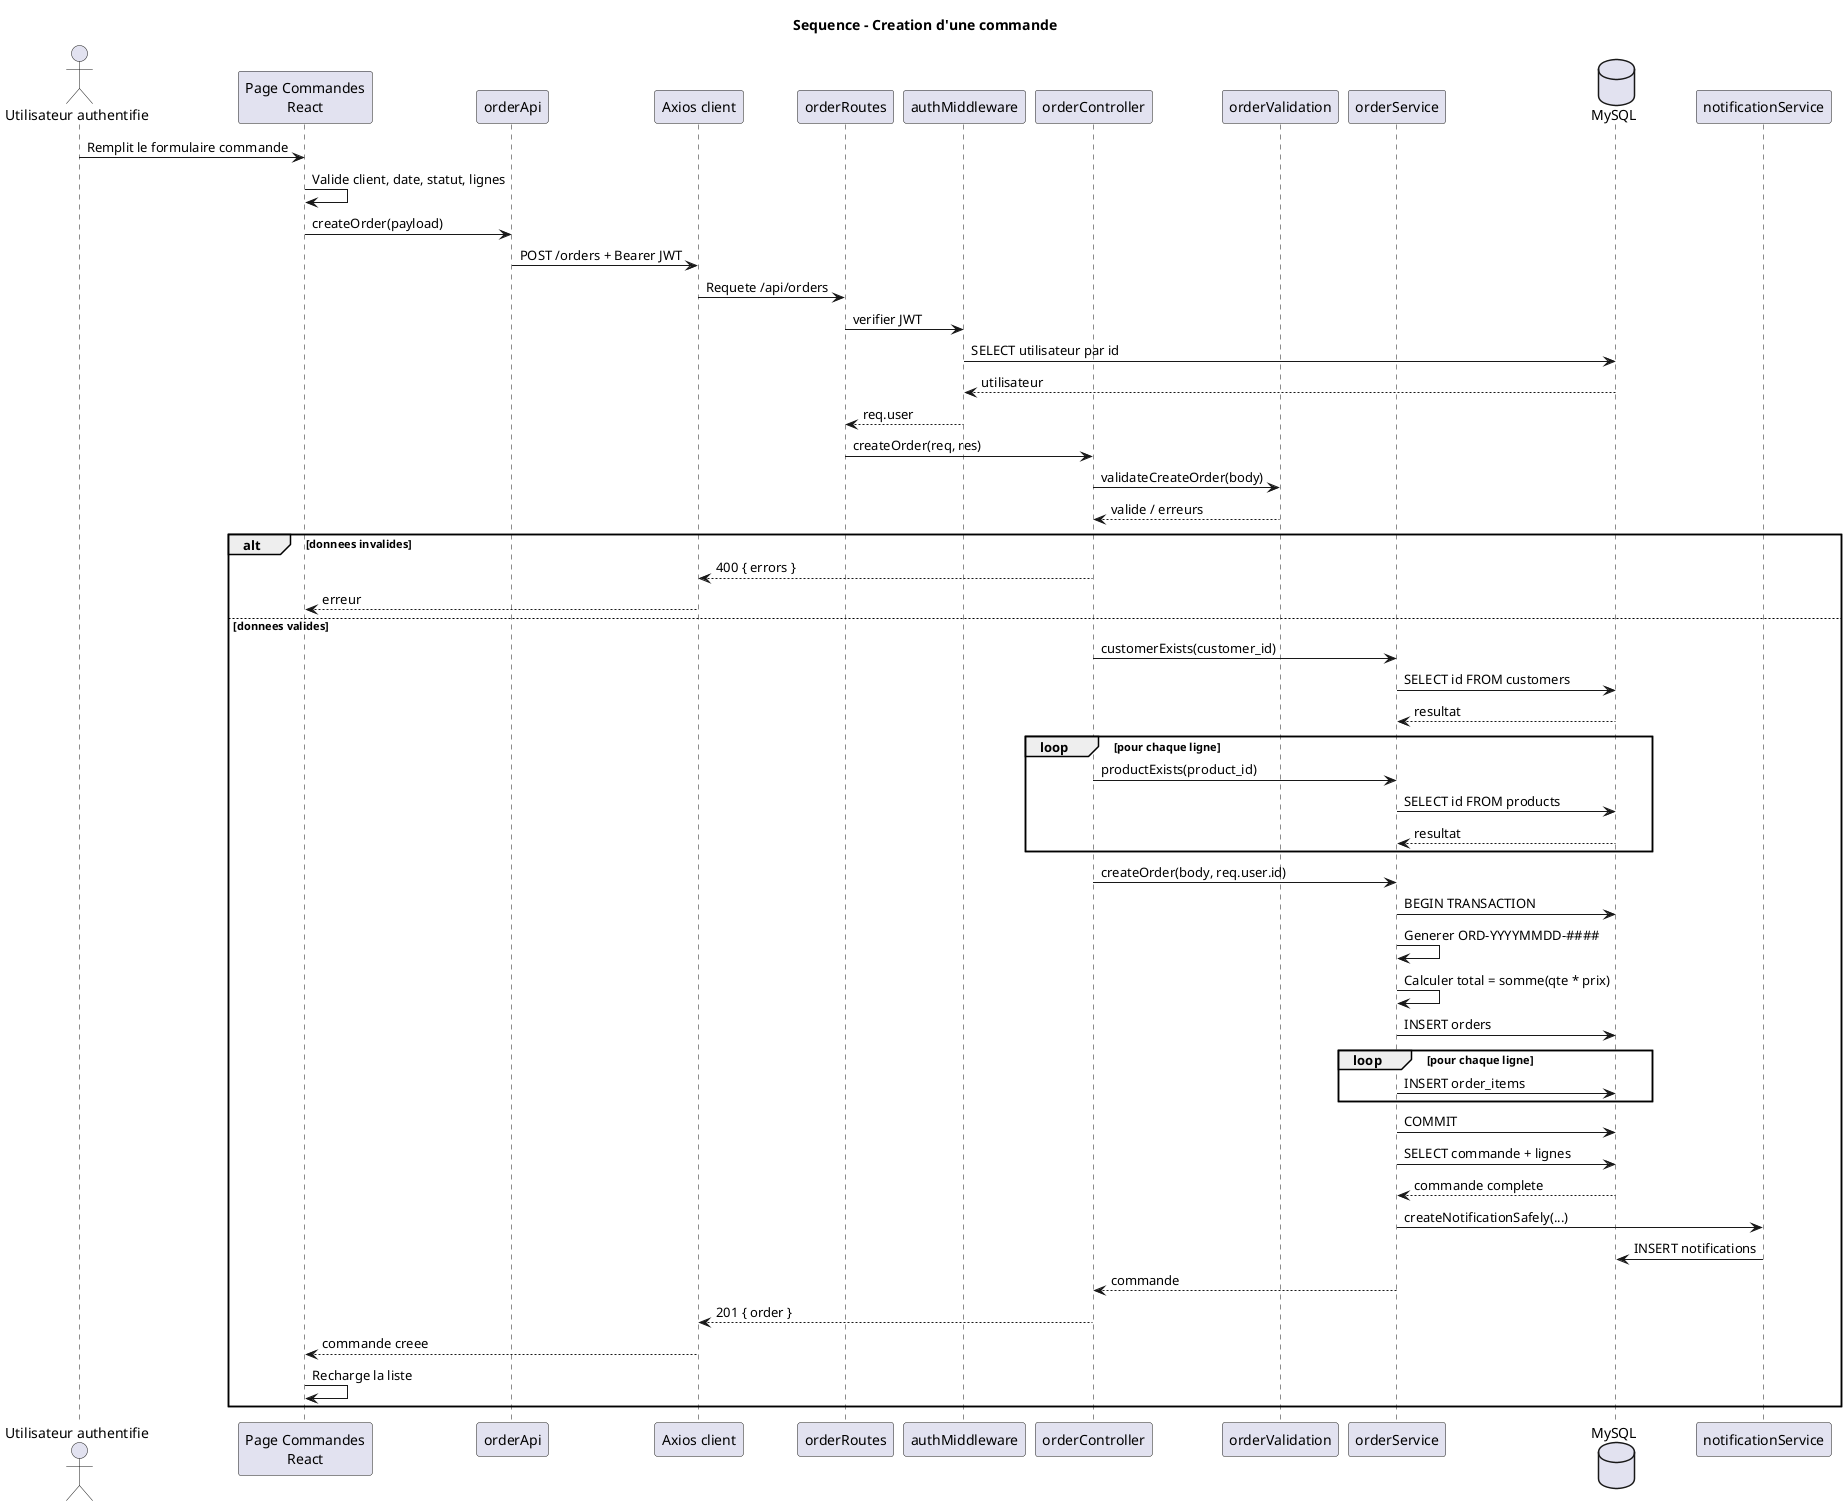
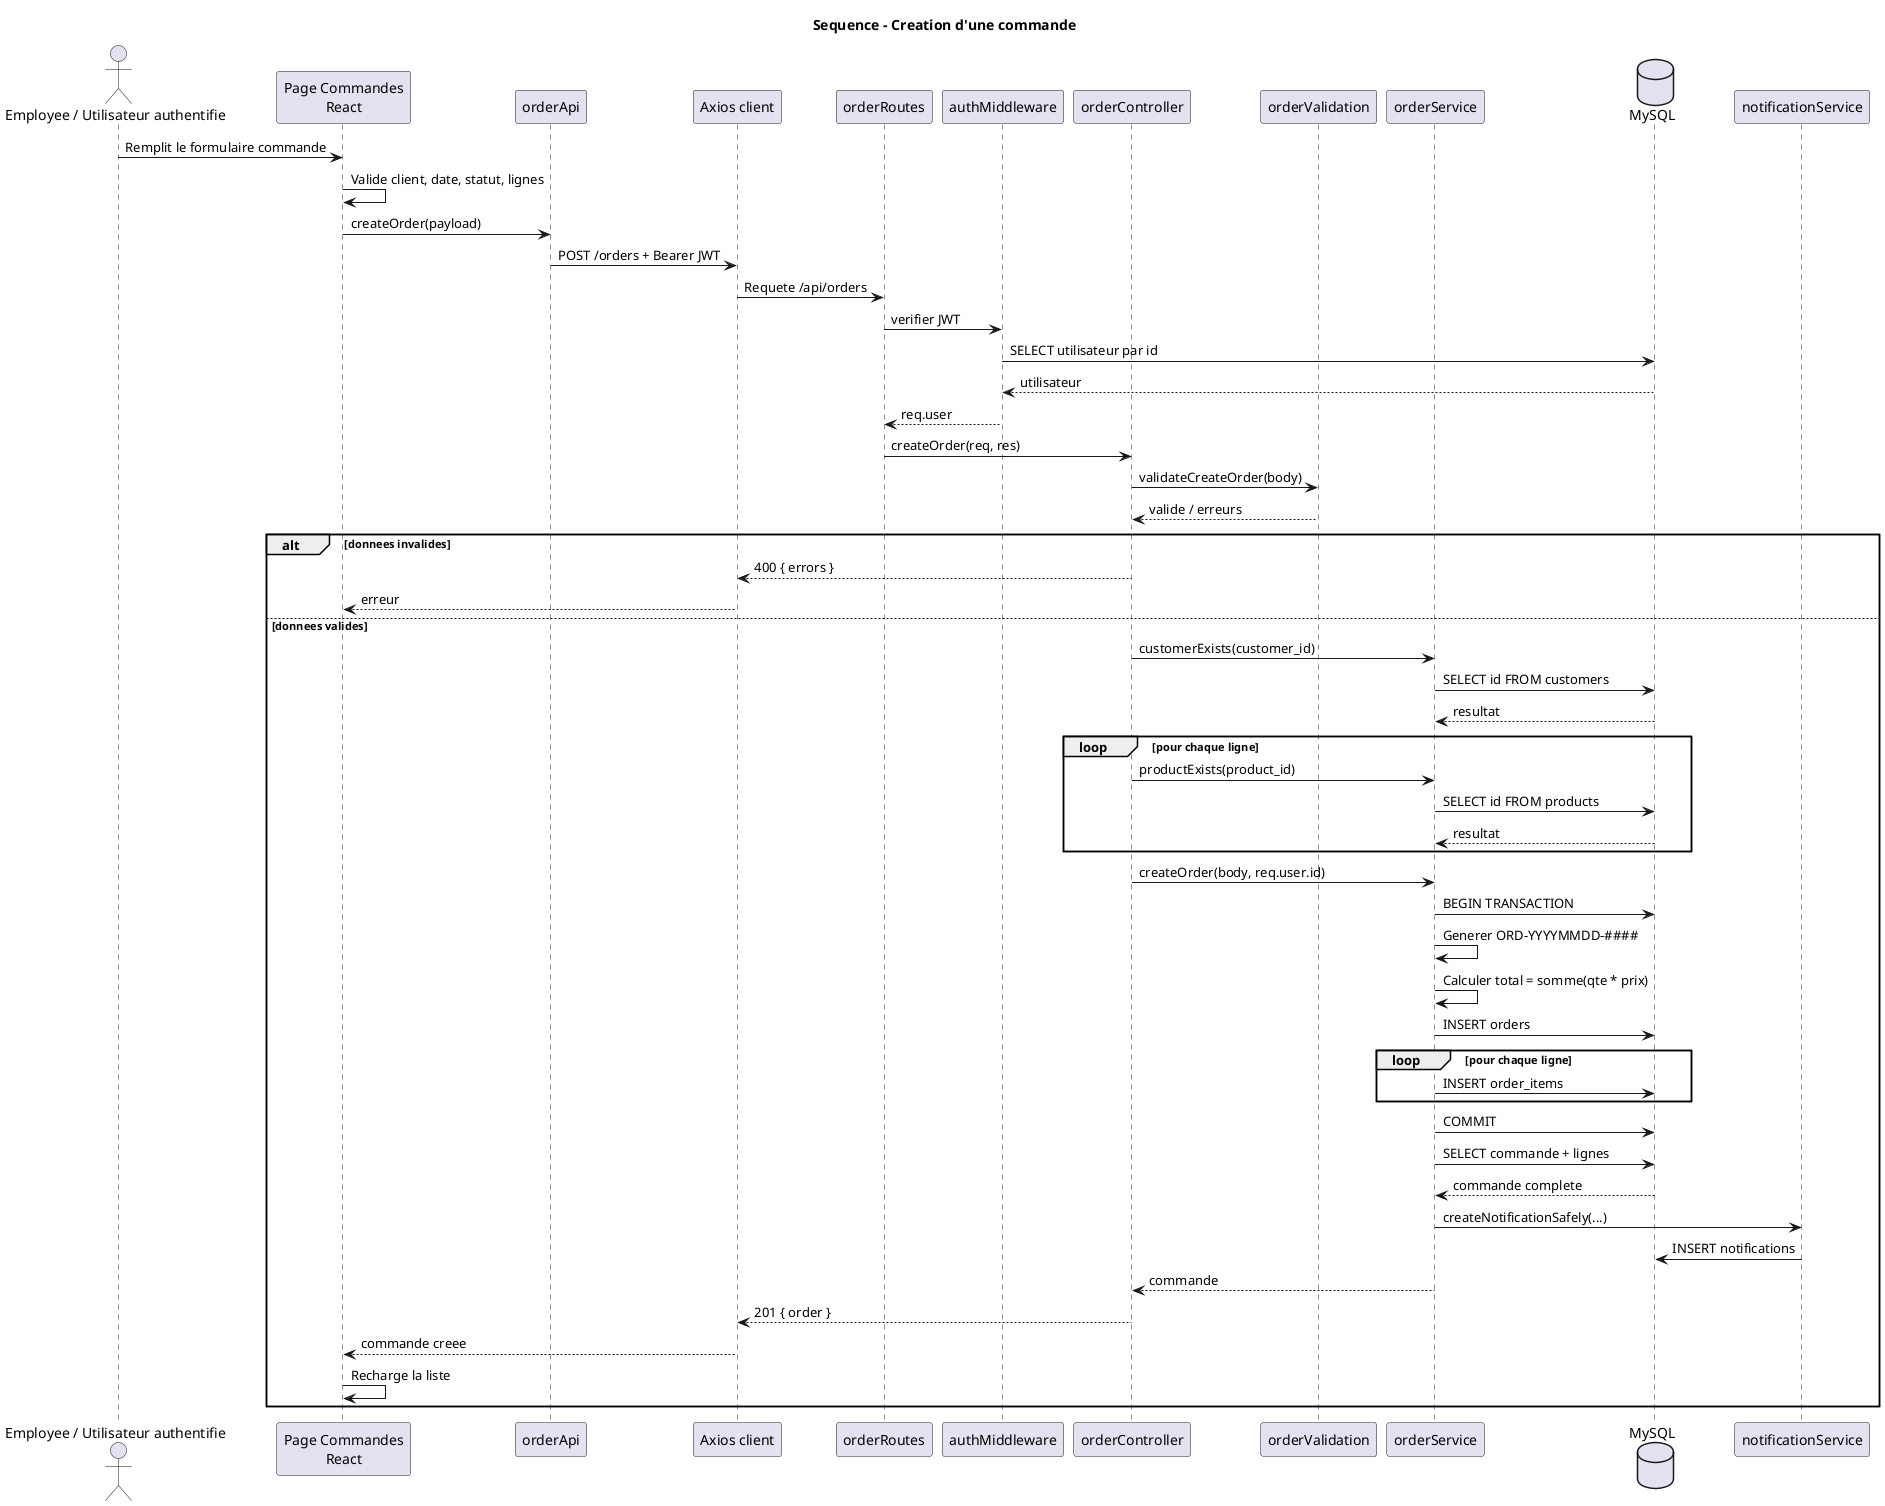
@startuml
title Sequence - Creation d'une commande
- actor "Utilisateur authentifie" as U
+ actor "Employee / Utilisateur authentifie" as U
participant "Page Commandes\nReact" as Page
participant "orderApi" as Api
participant "Axios client" as Axios
participant "orderRoutes" as Routes
participant "authMiddleware" as Auth
participant "orderController" as Controller
participant "orderValidation" as Validation
participant "orderService" as Service
database "MySQL" as DB
participant "notificationService" as Notif

U -> Page : Remplit le formulaire commande
Page -> Page : Valide client, date, statut, lignes
Page -> Api : createOrder(payload)
Api -> Axios : POST /orders + Bearer JWT
Axios -> Routes : Requete /api/orders
Routes -> Auth : verifier JWT
Auth -> DB : SELECT utilisateur par id
DB --> Auth : utilisateur
Auth --> Routes : req.user
Routes -> Controller : createOrder(req, res)
Controller -> Validation : validateCreateOrder(body)
Validation --> Controller : valide / erreurs

alt donnees invalides
  Controller --> Axios : 400 { errors }
  Axios --> Page : erreur
else donnees valides
  Controller -> Service : customerExists(customer_id)
  Service -> DB : SELECT id FROM customers
  DB --> Service : resultat
  loop pour chaque ligne
    Controller -> Service : productExists(product_id)
    Service -> DB : SELECT id FROM products
    DB --> Service : resultat
  end
  Controller -> Service : createOrder(body, req.user.id)
  Service -> DB : BEGIN TRANSACTION
  Service -> Service : Generer ORD-YYYYMMDD-####
  Service -> Service : Calculer total = somme(qte * prix)
  Service -> DB : INSERT orders
  loop pour chaque ligne
    Service -> DB : INSERT order_items
  end
  Service -> DB : COMMIT
  Service -> DB : SELECT commande + lignes
  DB --> Service : commande complete
  Service -> Notif : createNotificationSafely(...)
  Notif -> DB : INSERT notifications
  Service --> Controller : commande
  Controller --> Axios : 201 { order }
  Axios --> Page : commande creee
  Page -> Page : Recharge la liste
end
@enduml
